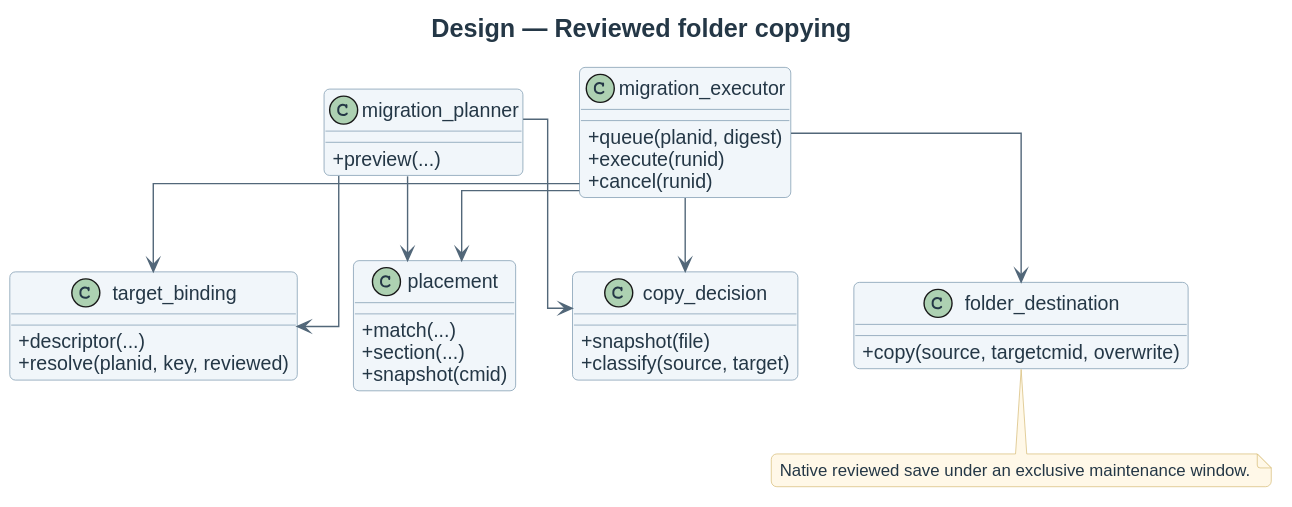
Above: docs/diagrams/design/migration-classes.svg in didactika/moodle-local_coursefiles (PlantUML), before the change.
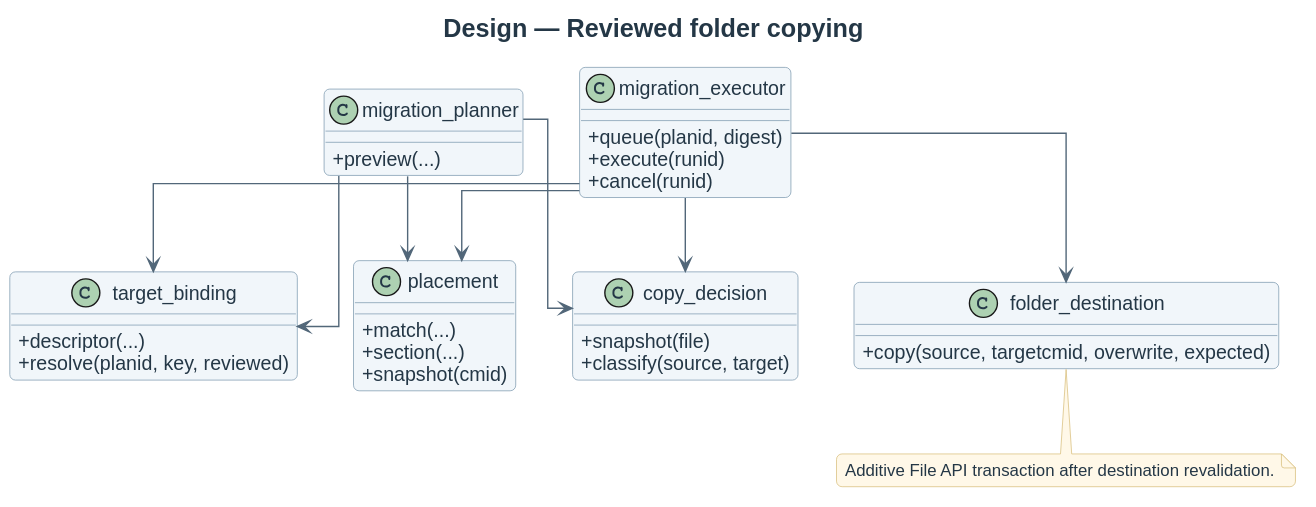
The same diagram one commit later.

Change to the diagram source:
```diff
@@ -20,7 +20,7 @@
   + cancel(runid)
 }
 class folder_destination {
-  + copy(source, targetcmid, overwrite)
+  + copy(source, targetcmid, overwrite, expected)
 }
 class target_binding {
   + descriptor(...)
@@ -36,5 +36,5 @@
 migration_planner -[hidden]right-> migration_executor
 placement -[hidden]right-> copy_decision
 copy_decision -[hidden]right-> folder_destination
-note bottom of folder_destination : Native reviewed save under an exclusive maintenance window.
+note bottom of folder_destination : Additive File API transaction after destination revalidation.
 @enduml
```
